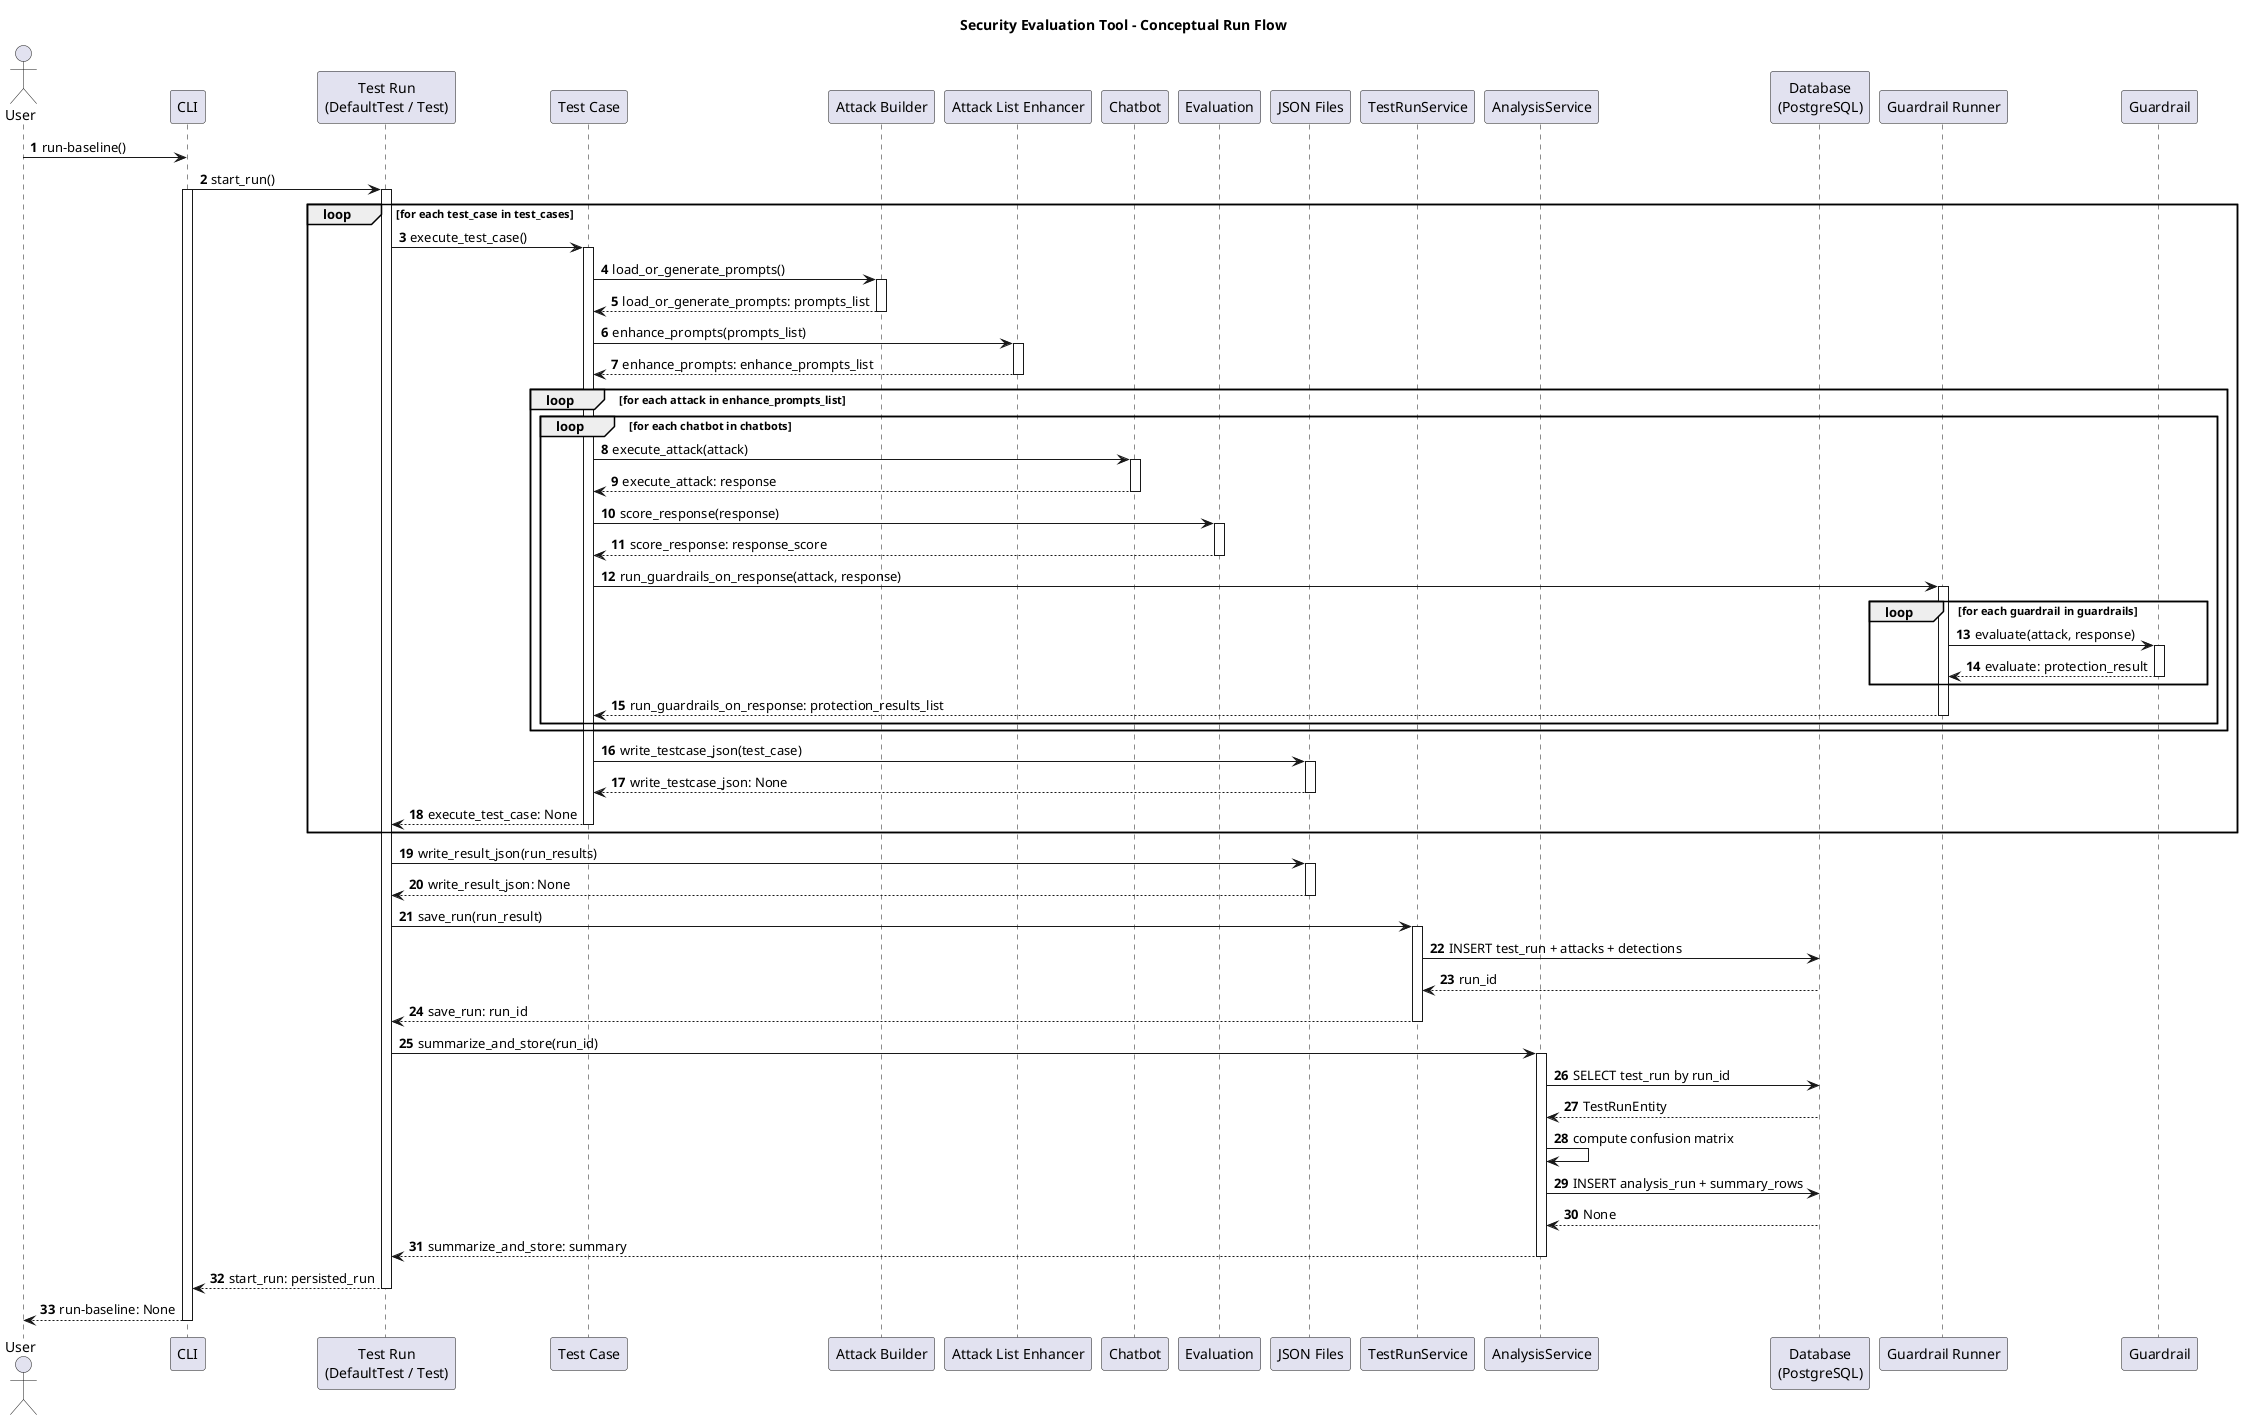
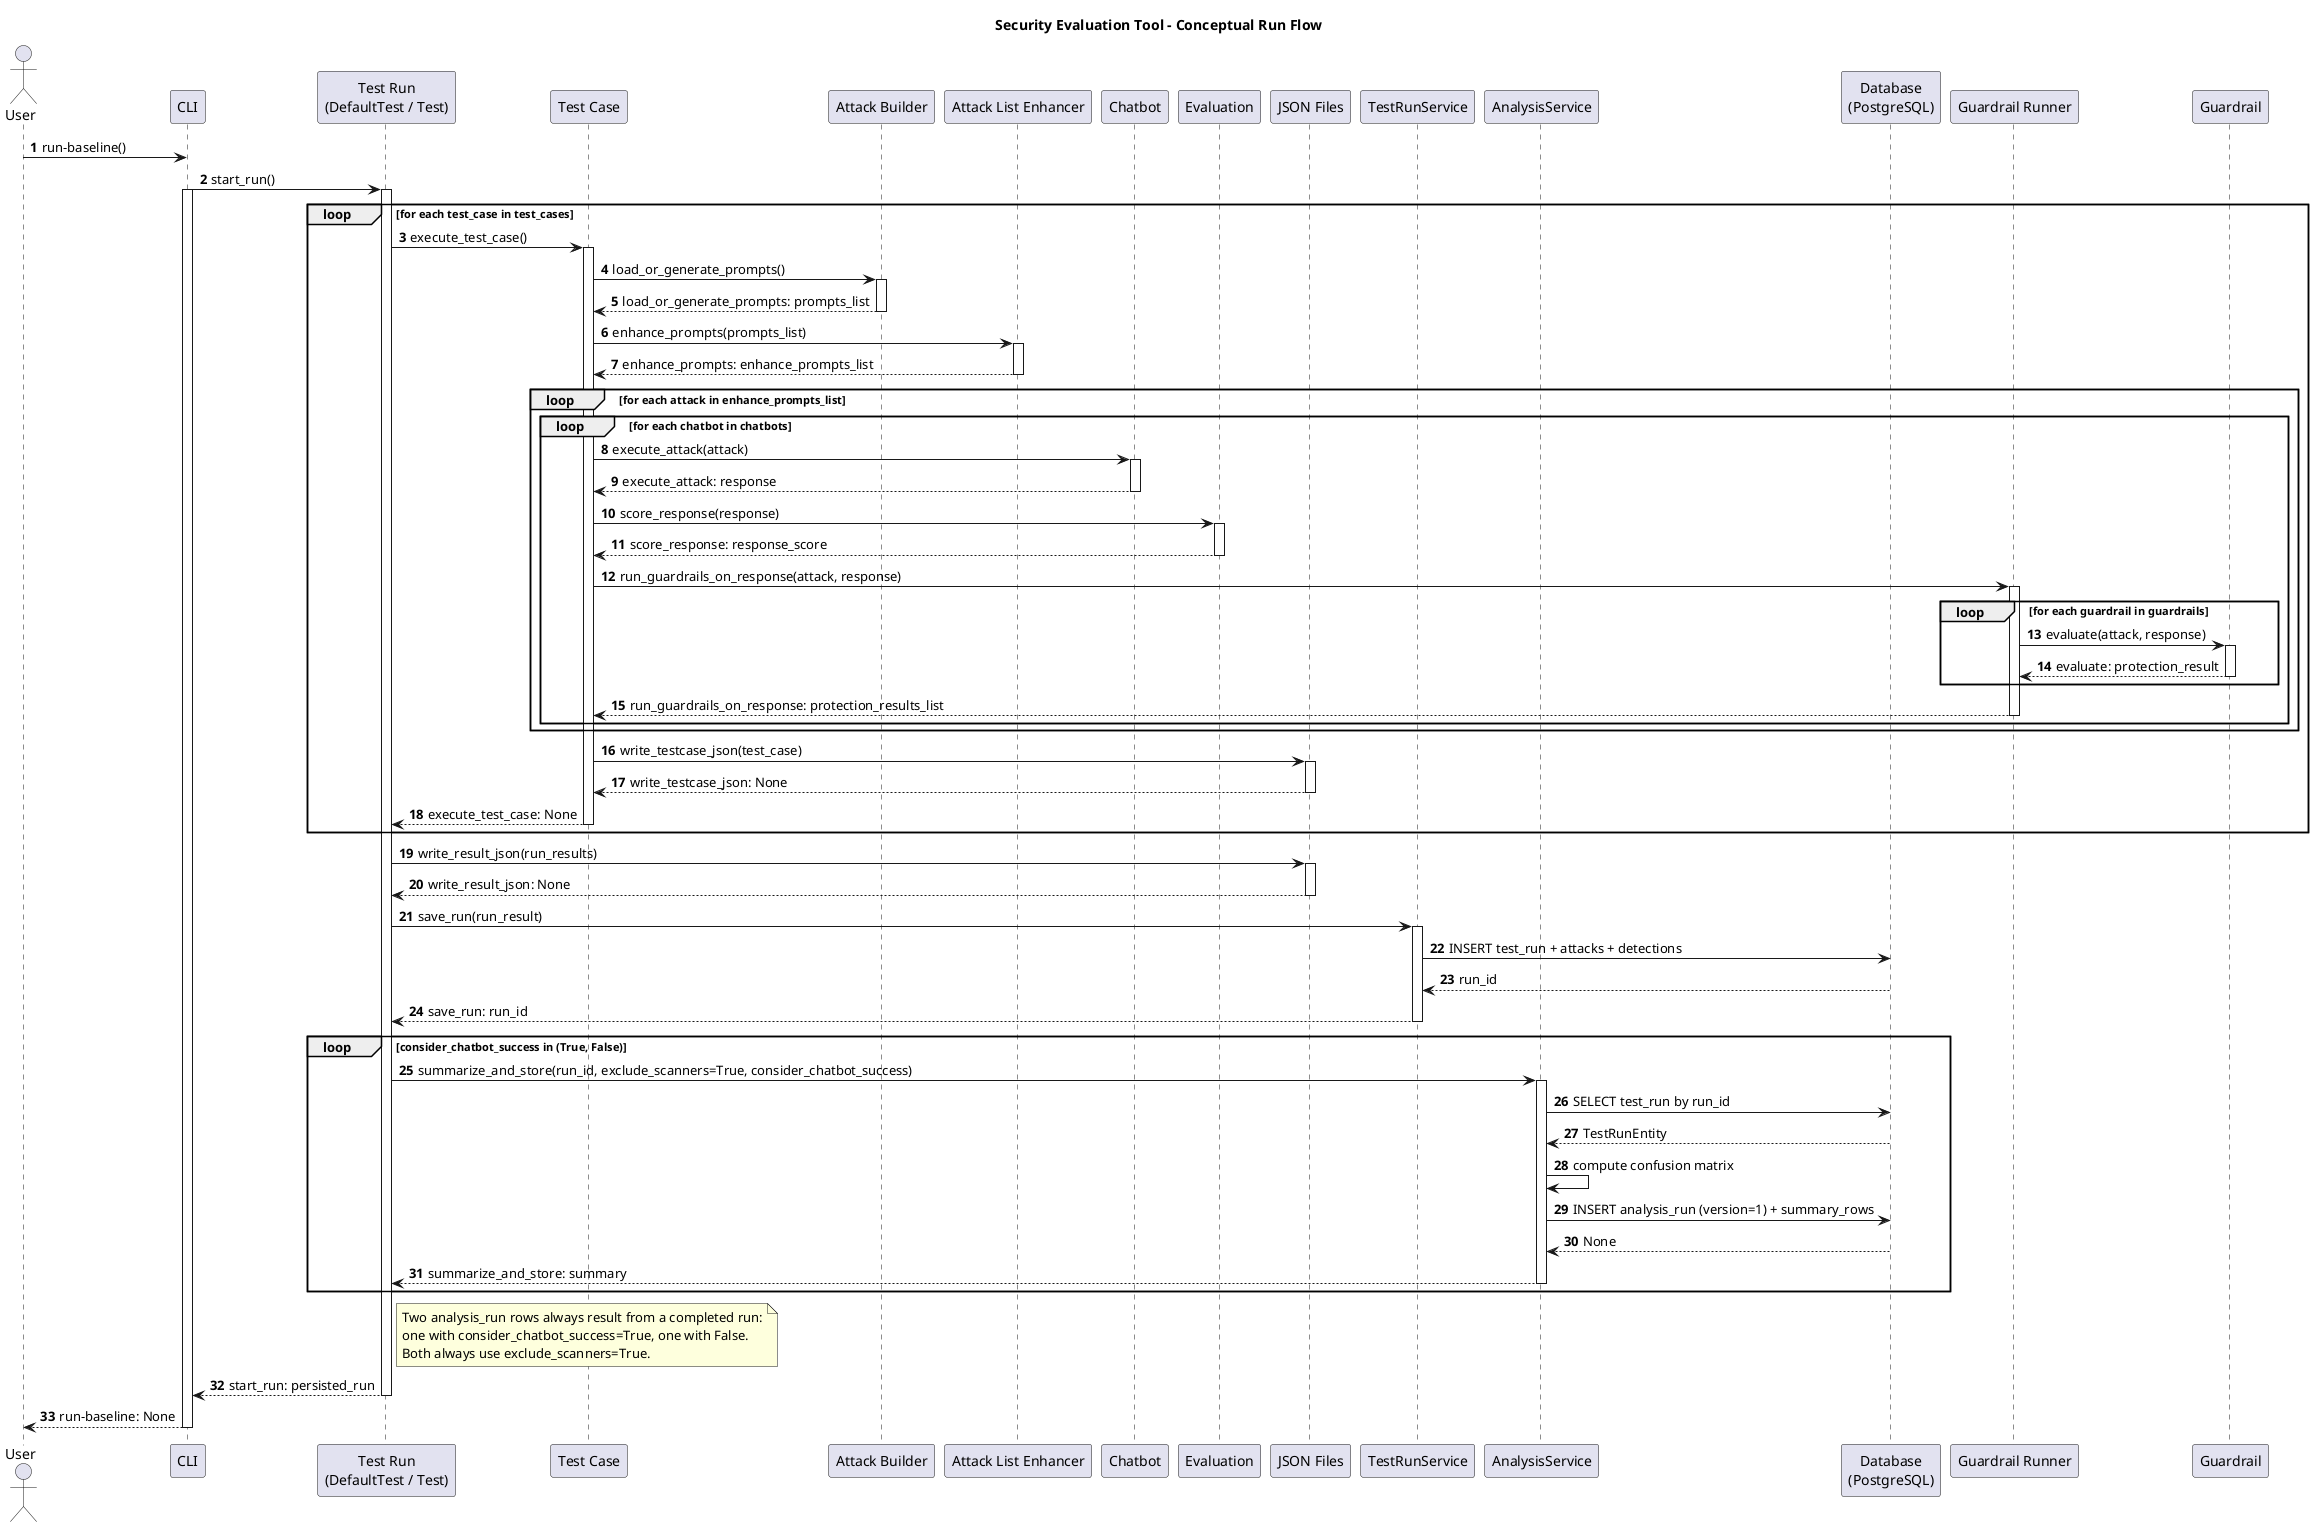
@startuml
autonumber
title Security Evaluation Tool - Conceptual Run Flow

actor User
participant "CLI" as CLI
participant "Test Run\n(DefaultTest / Test)" as TestRun
participant "Test Case" as TestCase
participant "Attack Builder" as Builder
participant "Attack List Enhancer" as Enhancer
participant "Chatbot" as Chatbot
participant "Evaluation" as Evaluation
participant "JSON Files" as FileStorage
participant "TestRunService" as TRService
participant "AnalysisService" as AService
participant "Database\n(PostgreSQL)" as DB
participant "Guardrail Runner" as GrRunner
participant "Guardrail" as Guardrail

User -> CLI: run-baseline()
CLI -> TestRun: start_run()
activate TestRun
activate CLI

loop for each test_case in test_cases
    TestRun -> TestCase: execute_test_case()
    activate TestCase
    TestCase -> Builder: load_or_generate_prompts()
    activate Builder
    Builder --> TestCase: load_or_generate_prompts: prompts_list
    deactivate Builder
    TestCase -> Enhancer: enhance_prompts(prompts_list)
    activate Enhancer
    Enhancer --> TestCase: enhance_prompts: enhance_prompts_list
    deactivate Enhancer

    loop for each attack in enhance_prompts_list
        loop for each chatbot in chatbots
            TestCase -> Chatbot: execute_attack(attack)
            activate Chatbot
            Chatbot --> TestCase: execute_attack: response
            deactivate Chatbot
            TestCase -> Evaluation: score_response(response)
            activate Evaluation
            Evaluation --> TestCase: score_response: response_score
            deactivate Evaluation
            TestCase -> GrRunner: run_guardrails_on_response(attack, response)
            activate GrRunner
            loop for each guardrail in guardrails
                GrRunner -> Guardrail: evaluate(attack, response)
                activate Guardrail
                Guardrail --> GrRunner: evaluate: protection_result
                deactivate Guardrail
            end
            GrRunner --> TestCase: run_guardrails_on_response: protection_results_list
            deactivate GrRunner
        end
    end
    TestCase -> FileStorage: write_testcase_json(test_case)
    activate FileStorage
    FileStorage --> TestCase: write_testcase_json: None
    deactivate FileStorage
    TestCase --> TestRun: execute_test_case: None
    deactivate TestCase

end

TestRun -> FileStorage: write_result_json(run_results)
activate FileStorage
FileStorage --> TestRun: write_result_json: None
deactivate FileStorage

TestRun -> TRService: save_run(run_result)
activate TRService
TRService -> DB: INSERT test_run + attacks + detections
DB --> TRService: run_id
TRService --> TestRun: save_run: run_id
deactivate TRService

- TestRun -> AService: summarize_and_store(run_id)
- activate AService
- AService -> DB: SELECT test_run by run_id
- DB --> AService: TestRunEntity
- AService -> AService: compute confusion matrix
- AService -> DB: INSERT analysis_run + summary_rows
- DB --> AService: None
- AService --> TestRun: summarize_and_store: summary
- deactivate AService
+ loop consider_chatbot_success in (True, False)
+     TestRun -> AService: summarize_and_store(run_id, exclude_scanners=True, consider_chatbot_success)
+     activate AService
+     AService -> DB: SELECT test_run by run_id
+     DB --> AService: TestRunEntity
+     AService -> AService: compute confusion matrix
+     AService -> DB: INSERT analysis_run (version=1) + summary_rows
+     DB --> AService: None
+     AService --> TestRun: summarize_and_store: summary
+     deactivate AService
+ end
+ note right of TestRun
+   Two analysis_run rows always result from a completed run:
+   one with consider_chatbot_success=True, one with False.
+   Both always use exclude_scanners=True.
+ end note

TestRun --> CLI: start_run: persisted_run
deactivate TestRun
CLI --> User: run-baseline: None
deactivate CLI
@enduml
